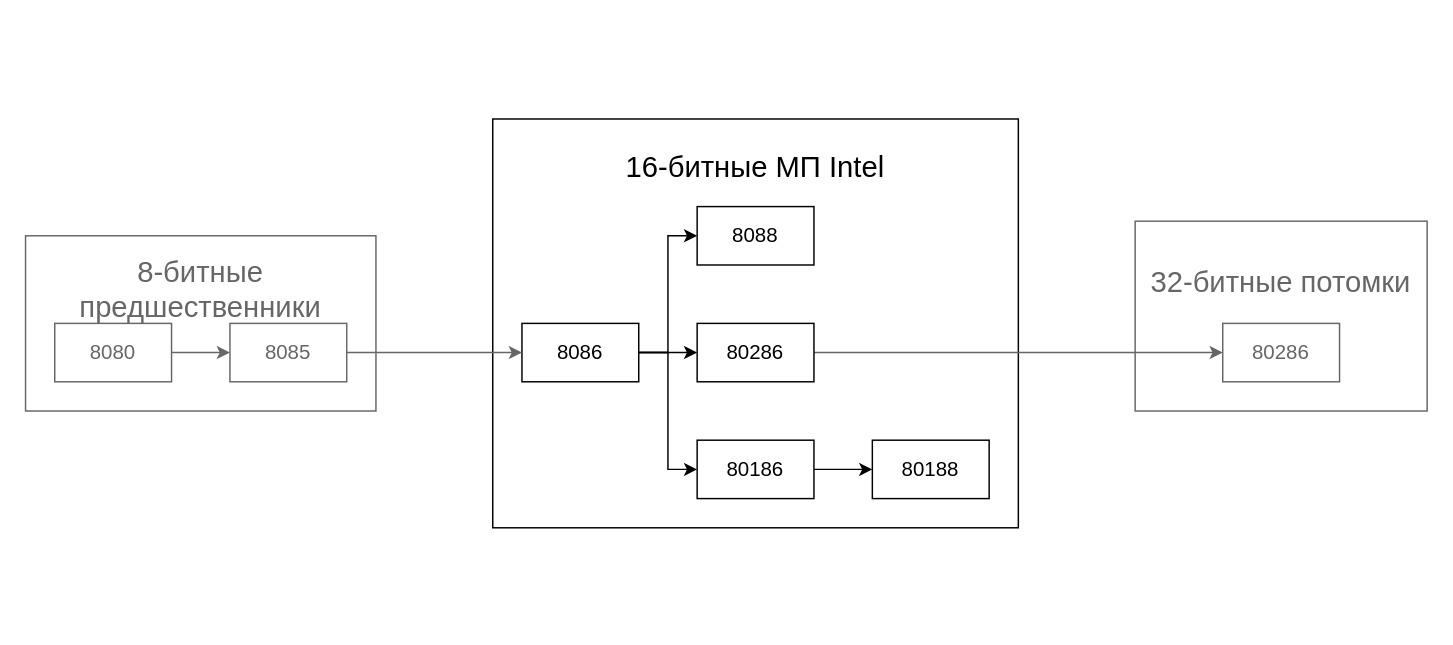
Above: Генеалогия 16-битных МП Intel.drawio in DMfananddu/DSM (draw.io), before the change. Source tidied: cells renumbered, new cells numbered last; positions are measured from the earlier drawing's top-left corner, leaving out a move shared by most shapes. Both pictures are drawn from the tidied source at 146%, with x=0, y=0 at pixel (25, 118).
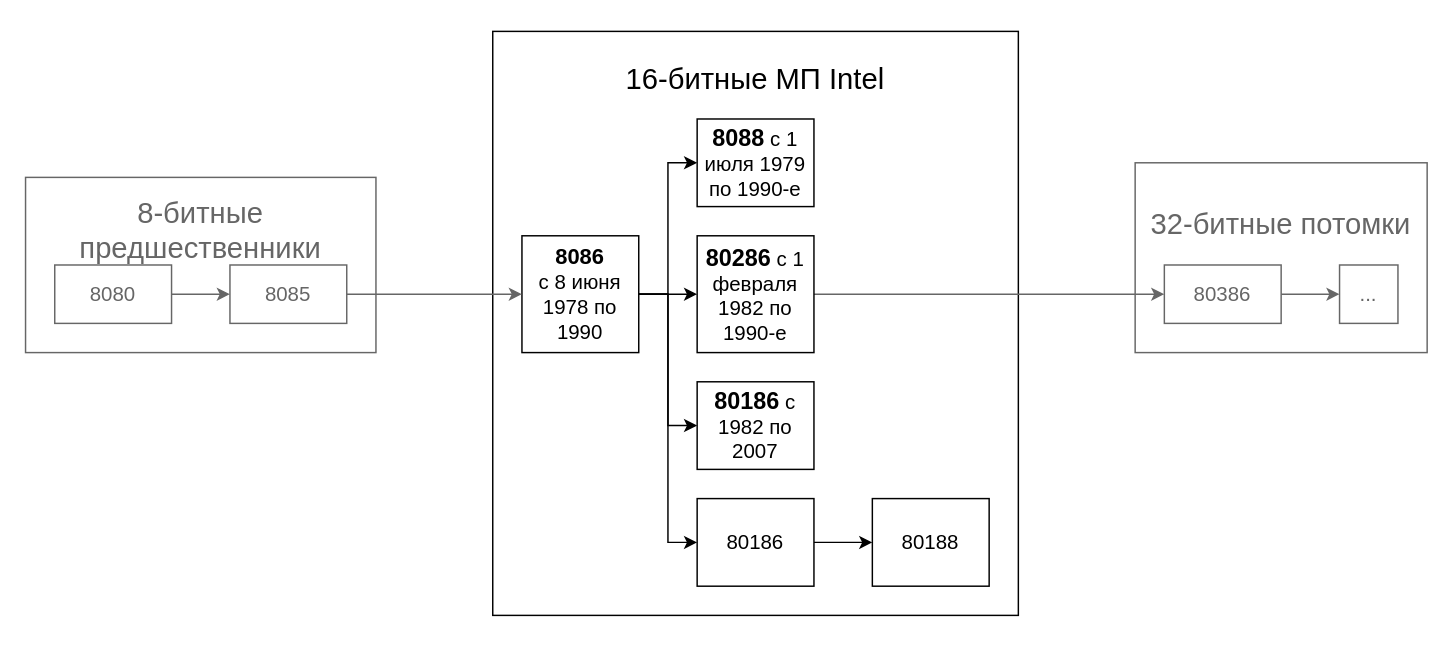
The same page after the edit.

Diff of the diagram source:
```diff
@@
     <mxCell id="2" value="&lt;font color=&quot;#666666&quot; style=&quot;font-size: 20px&quot;&gt;32-битные потомки&lt;br&gt;&lt;br&gt;&lt;br&gt;&lt;/font&gt;" style="rounded=0;whiteSpace=wrap;html=1;strokeWidth=1;fontSize=14;strokeColor=#666666;" parent="1" vertex="1">
-      <mxGeometry x="760" y="70" width="200" height="130" as="geometry" />
+      <mxGeometry x="760" y="30" width="200" height="130" as="geometry" />
     </mxCell>
     <mxCell id="3" value="&lt;font color=&quot;#666666&quot; style=&quot;font-size: 20px&quot;&gt;8-битные предшественники&lt;br&gt;&lt;br&gt;&lt;br&gt;&lt;/font&gt;" style="rounded=0;whiteSpace=wrap;html=1;strokeWidth=1;fontSize=14;strokeColor=#666666;" parent="1" vertex="1">
-      <mxGeometry y="80" width="240" height="120" as="geometry" />
+      <mxGeometry y="40" width="240" height="120" as="geometry" />
     </mxCell>
-    <mxCell id="4" value="&lt;font style=&quot;font-size: 20px&quot;&gt;&lt;br&gt;16-битные МП Intel&lt;br&gt;&lt;br&gt;&lt;br&gt;&lt;br&gt;&lt;br&gt;&lt;br&gt;&lt;br&gt;&lt;br&gt;&lt;br&gt;&lt;br&gt;&lt;br&gt;&lt;/font&gt;" style="rounded=0;whiteSpace=wrap;html=1;" parent="1" vertex="1">
-      <mxGeometry x="320" width="360" height="280" as="geometry" />
+    <mxCell id="4" value="&lt;font style=&quot;font-size: 20px&quot;&gt;&lt;br&gt;16-битные МП Intel&lt;br&gt;&lt;br&gt;&lt;br&gt;&lt;br&gt;&lt;br&gt;&lt;br&gt;&lt;br&gt;&lt;br&gt;&lt;br&gt;&lt;br&gt;&lt;br&gt;&lt;br&gt;&lt;br&gt;&lt;br&gt;&lt;br&gt;&lt;br&gt;&lt;/font&gt;" style="rounded=0;whiteSpace=wrap;html=1;" parent="1" vertex="1">
+      <mxGeometry x="320" y="-60" width="360" height="400" as="geometry" />
     </mxCell>
@@
+    <mxCell id="20" style="edgeStyle=orthogonalEdgeStyle;rounded=0;jettySize=auto;html=1;exitX=1;exitY=0.5;exitDx=0;exitDy=0;entryX=0;entryY=0.5;entryDx=0;entryDy=0;strokeColor=#000000;fontSize=14;" parent="1" edge="1" source="8" target="22">
+      <mxGeometry relative="1" as="geometry" />
+    </mxCell>
-    <mxCell id="8" value="8086" style="rounded=0;whiteSpace=wrap;html=1;strokeWidth=1;fontSize=14;" parent="1" vertex="1">
-      <mxGeometry x="340" y="140" width="80" height="40" as="geometry" />
+    <mxCell id="8" value="&lt;b style=&quot;font-size: 15px&quot;&gt;8086&lt;/b&gt;&lt;br&gt;с 8 июня 1978 по 1990" style="rounded=0;whiteSpace=wrap;html=1;strokeWidth=1;fontSize=14;" parent="1" vertex="1">
+      <mxGeometry x="340" y="80" width="80" height="80" as="geometry" />
     </mxCell>
     <mxCell id="9" value="80188" style="rounded=0;whiteSpace=wrap;html=1;strokeWidth=1;fontSize=14;" parent="1" vertex="1">
-      <mxGeometry x="580" y="220" width="80" height="40" as="geometry" />
+      <mxGeometry x="580" y="260" width="80" height="60" as="geometry" />
     </mxCell>
@@
-    <mxCell id="11" value="80286" style="rounded=0;whiteSpace=wrap;html=1;strokeWidth=1;fontSize=14;" parent="1" vertex="1">
-      <mxGeometry x="460" y="140" width="80" height="40" as="geometry" />
+    <mxCell id="11" value="&lt;font style=&quot;font-size: 16px&quot;&gt;&lt;b&gt;80286&lt;/b&gt;&lt;/font&gt; с 1 февраля 1982 по 1990-е" style="rounded=0;whiteSpace=wrap;html=1;strokeWidth=1;fontSize=14;" parent="1" vertex="1">
+      <mxGeometry x="460" y="80" width="80" height="80" as="geometry" />
     </mxCell>
@@
     <mxCell id="13" value="80186" style="rounded=0;whiteSpace=wrap;html=1;strokeWidth=1;fontSize=14;" parent="1" vertex="1">
-      <mxGeometry x="460" y="220" width="80" height="40" as="geometry" />
+      <mxGeometry x="460" y="260" width="80" height="60" as="geometry" />
     </mxCell>
-    <mxCell id="14" value="8088" style="rounded=0;whiteSpace=wrap;html=1;strokeWidth=1;fontSize=14;" parent="1" vertex="1">
-      <mxGeometry x="460" y="60" width="80" height="40" as="geometry" />
+    <mxCell id="14" value="&lt;b style=&quot;font-size: 16px&quot;&gt;&lt;font style=&quot;font-size: 16px&quot;&gt;8088&lt;/font&gt;&lt;/b&gt; с 1 июля 1979 по 1990-е" style="rounded=0;whiteSpace=wrap;html=1;strokeWidth=1;fontSize=14;" parent="1" vertex="1">
+      <mxGeometry x="460" width="80" height="60" as="geometry" />
     </mxCell>
@@
     <mxCell id="16" value="&lt;font color=&quot;#666666&quot;&gt;8085&lt;/font&gt;" style="rounded=0;whiteSpace=wrap;html=1;strokeWidth=1;fontSize=14;strokeColor=#666666;" parent="1" vertex="1">
-      <mxGeometry x="140" y="140" width="80" height="40" as="geometry" />
+      <mxGeometry x="140" y="100" width="80" height="40" as="geometry" />
     </mxCell>
@@
     <mxCell id="18" value="&lt;font color=&quot;#666666&quot;&gt;8080&lt;/font&gt;" style="rounded=0;whiteSpace=wrap;html=1;strokeWidth=1;fontSize=14;strokeColor=#666666;" parent="1" vertex="1">
-      <mxGeometry x="20" y="140" width="80" height="40" as="geometry" />
+      <mxGeometry x="20" y="100" width="80" height="40" as="geometry" />
     </mxCell>
+    <mxCell id="21" style="edgeStyle=orthogonalEdgeStyle;rounded=0;jettySize=auto;html=1;exitX=1;exitY=0.5;exitDx=0;exitDy=0;entryX=0;entryY=0.5;entryDx=0;entryDy=0;strokeColor=#666666;fontSize=14;" parent="1" edge="1" source="19" target="23">
+      <mxGeometry relative="1" as="geometry" />
+    </mxCell>
-    <mxCell id="19" value="&lt;font color=&quot;#666666&quot;&gt;80286&lt;/font&gt;" style="rounded=0;whiteSpace=wrap;html=1;strokeWidth=1;fontSize=14;strokeColor=#666666;" parent="1" vertex="1">
-      <mxGeometry x="820" y="140" width="80" height="40" as="geometry" />
+    <mxCell id="19" value="&lt;font color=&quot;#666666&quot;&gt;80386&lt;/font&gt;" style="rounded=0;whiteSpace=wrap;html=1;strokeWidth=1;fontSize=14;strokeColor=#666666;" parent="1" vertex="1">
+      <mxGeometry x="780" y="100" width="80" height="40" as="geometry" />
     </mxCell>
+    <mxCell id="22" value="&lt;font style=&quot;font-size: 16px&quot;&gt;&lt;b&gt;80186&lt;/b&gt;&lt;/font&gt; с 1982 по 2007" style="rounded=0;whiteSpace=wrap;html=1;strokeWidth=1;fontSize=14;" parent="1" vertex="1">
+      <mxGeometry x="460" y="180" width="80" height="60" as="geometry" />
+    </mxCell>
+    <mxCell id="23" value="&lt;font color=&quot;#666666&quot;&gt;...&lt;/font&gt;" style="rounded=0;whiteSpace=wrap;html=1;strokeWidth=1;fontSize=14;strokeColor=#666666;" parent="1" vertex="1">
+      <mxGeometry x="900" y="100" width="40" height="40" as="geometry" />
+    </mxCell>
```
